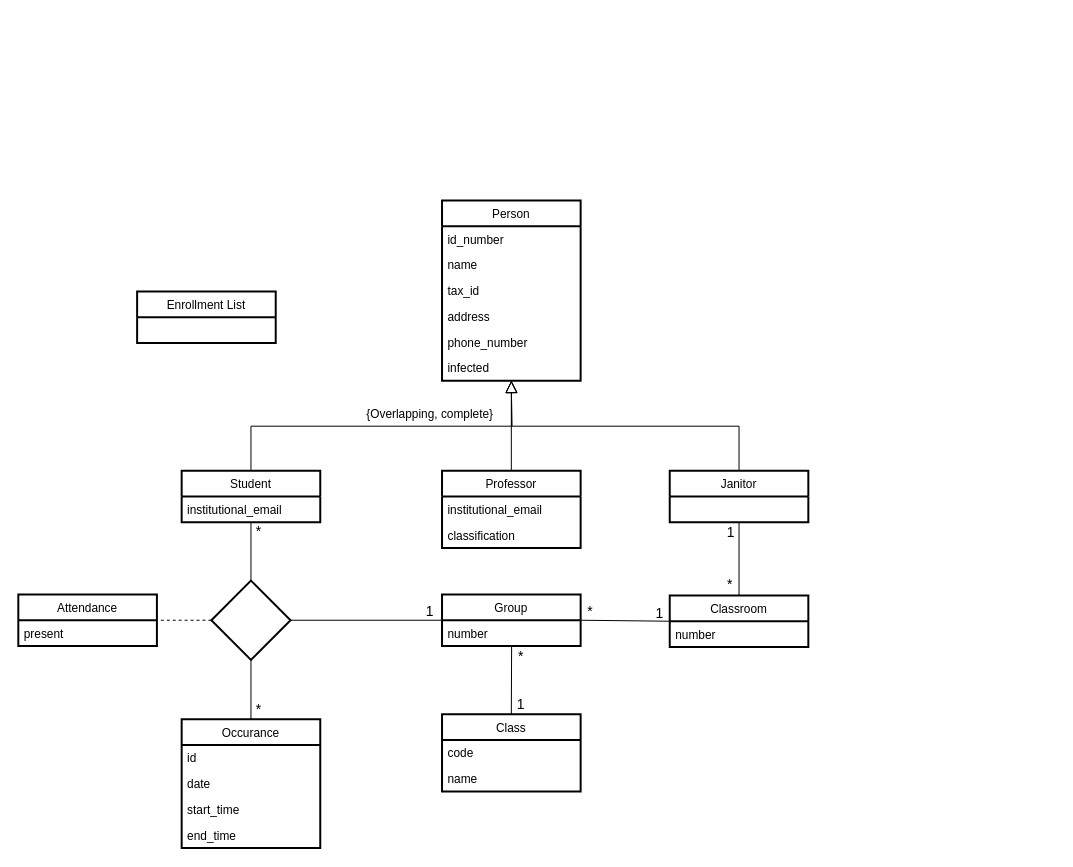
maguinago/Covid-tracker keeps this draw.io diagram as uml.drawio. Above is the earlier version. Source tidied: cells renumbered, new cells numbered last; positions are measured from the earlier drawing's top-left corner, leaving out a move shared by most shapes. Both pictures are drawn from the tidied source at 99%, with x=0, y=0 at pixel (18, 200).
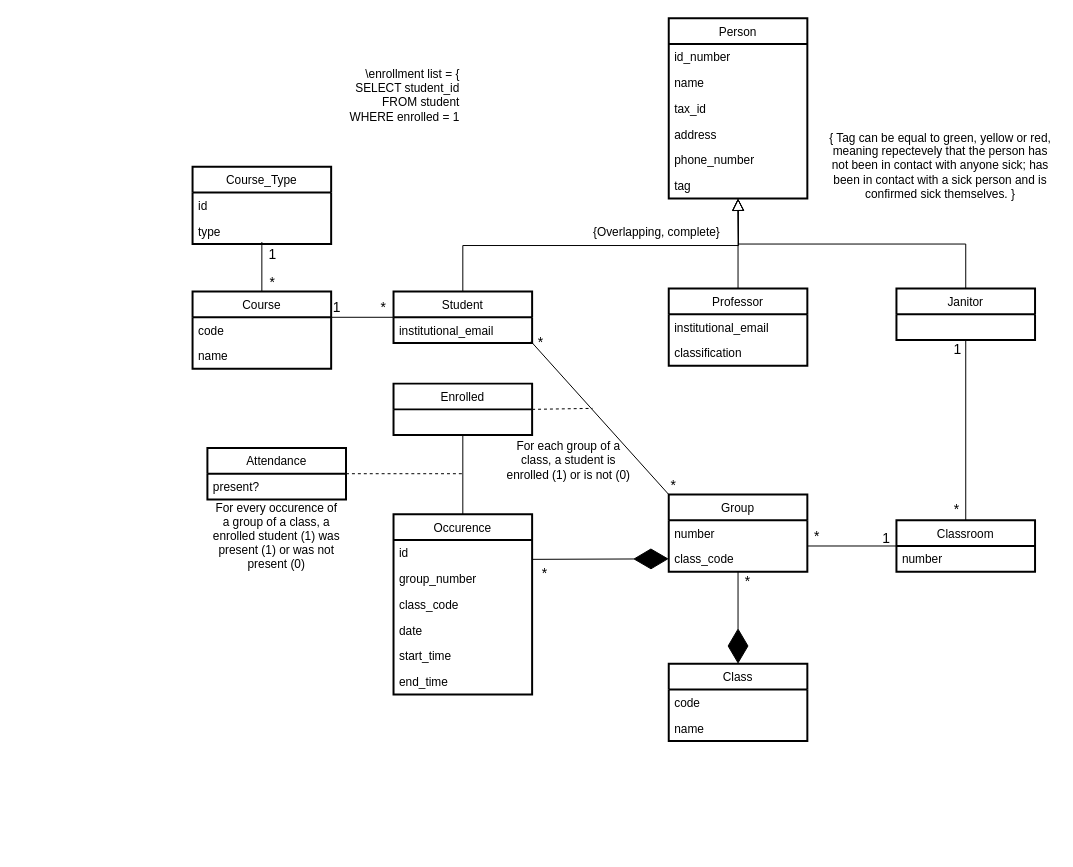
After the change.

The change refers to these unchanged cells:
```xml
<mxCell id="14" value="institutional_email" style="text;align=left;verticalAlign=top;spacingLeft=4;spacingRight=4;overflow=hidden;points=[[0,0.5],[1,0.5]];portConstraint=eastwest;" parent="13" vertex="1">
  <mxGeometry y="26" width="140" height="26" as="geometry" />
</mxCell>
<mxCell id="24" value="number" style="text;align=left;verticalAlign=top;spacingLeft=4;spacingRight=4;overflow=hidden;points=[[0,0.5],[1,0.5]];portConstraint=eastwest;" parent="23" vertex="1">
  <mxGeometry y="26" width="140" height="26" as="geometry" />
</mxCell>
```

What changed in the source:
```diff
@@
-<mxGraphModel>
+<mxGraphModel background="#FFFFFF">
@@
     <mxCell id="2" style="edgeStyle=orthogonalEdgeStyle;rounded=0;jettySize=auto;html=1;exitX=0.5;exitY=0;exitDx=0;exitDy=0;endArrow=block;endFill=0;endSize=10;" parent="1" edge="1" source="13">
       <mxGeometry relative="1" as="geometry">
-        <mxPoint x="498" y="182" as="targetPoint" />
+        <mxPoint x="727" y="-2" as="targetPoint" />
       </mxGeometry>
     </mxCell>
     <mxCell id="3" value="{Overlapping, complete}" style="text;html=1;strokeColor=none;fillColor=none;align=center;verticalAlign=middle;whiteSpace=wrap;rounded=0;" parent="1" vertex="1">
-      <mxGeometry x="341" y="206" width="150" height="20" as="geometry" />
+      <mxGeometry x="570" y="22" width="150" height="20" as="geometry" />
     </mxCell>
     <mxCell id="4" value="Person" style="swimlane;fontStyle=0;horizontal=1;startSize=26;strokeWidth=2;" parent="1" vertex="1">
-      <mxGeometry x="428" width="140" height="182" as="geometry" />
+      <mxGeometry x="657" y="-184" width="140" height="182" as="geometry" />
     </mxCell>
@@
-    <mxCell id="10" value="infected" style="text;align=left;verticalAlign=top;spacingLeft=4;spacingRight=4;overflow=hidden;" parent="4" vertex="1">
+    <mxCell id="10" value="tag" style="text;align=left;verticalAlign=top;spacingLeft=4;spacingRight=4;overflow=hidden;" parent="4" vertex="1">
       <mxGeometry y="156" width="140" height="26" as="geometry" />
     </mxCell>
     <mxCell id="11" style="edgeStyle=orthogonalEdgeStyle;rounded=0;jettySize=auto;html=1;exitX=0.5;exitY=0;exitDx=0;exitDy=0;endArrow=block;endFill=0;endSize=10;" parent="1" edge="1" source="19">
       <mxGeometry relative="1" as="geometry">
-        <mxPoint x="498" y="182" as="targetPoint" />
+        <mxPoint x="727" y="-2" as="targetPoint" />
       </mxGeometry>
     </mxCell>
-    <mxCell id="12" style="rounded=0;jettySize=auto;html=1;exitX=1;exitY=0.5;exitDx=0;exitDy=0;entryX=0;entryY=0.5;entryDx=0;entryDy=0;endArrow=none;endFill=0;" parent="1" edge="1" source="47" target="23">
-      <mxGeometry relative="1" as="geometry" />
-    </mxCell>
     <mxCell id="13" value="Student" style="swimlane;fontStyle=0;horizontal=1;startSize=26;strokeWidth=2;" parent="1" vertex="1">
-      <mxGeometry x="165" y="273" width="140" height="52" as="geometry" />
+      <mxGeometry x="379" y="92" width="140" height="52" as="geometry" />
     </mxCell>
@@
     <mxCell id="15" style="edgeStyle=orthogonalEdgeStyle;rounded=0;jettySize=auto;html=1;exitX=0.5;exitY=0;exitDx=0;exitDy=0;endArrow=block;endFill=0;endSize=10;" parent="1" edge="1" source="16">
       <mxGeometry relative="1" as="geometry">
-        <mxPoint x="498" y="182" as="targetPoint" />
+        <mxPoint x="727" y="-2" as="targetPoint" />
       </mxGeometry>
     </mxCell>
     <mxCell id="16" value="Professor" style="swimlane;fontStyle=0;horizontal=1;startSize=26;strokeWidth=2;" parent="1" vertex="1">
-      <mxGeometry x="428" y="273" width="140" height="78" as="geometry" />
+      <mxGeometry x="657" y="89" width="140" height="78" as="geometry" />
     </mxCell>
@@
     <mxCell id="19" value="Janitor" style="swimlane;fontStyle=0;horizontal=1;startSize=26;strokeWidth=2;" parent="1" vertex="1">
-      <mxGeometry x="658" y="273" width="140" height="52" as="geometry" />
+      <mxGeometry x="887" y="89" width="140" height="52" as="geometry" />
     </mxCell>
     <mxCell id="20" value="Class" style="swimlane;fontStyle=0;horizontal=1;startSize=26;strokeWidth=2;" parent="1" vertex="1">
-      <mxGeometry x="428" y="519" width="140" height="78" as="geometry" />
+      <mxGeometry x="657" y="468" width="140" height="78" as="geometry" />
     </mxCell>
@@
+    <mxCell id="51" style="edgeStyle=none;rounded=0;jettySize=auto;html=1;exitX=0;exitY=0;exitDx=0;exitDy=0;entryX=0.993;entryY=0.947;entryDx=0;entryDy=0;entryPerimeter=0;endArrow=none;endFill=0;endSize=33;" parent="1" edge="1" source="23" target="14">
+      <mxGeometry relative="1" as="geometry" />
+    </mxCell>
+    <mxCell id="52" style="edgeStyle=none;rounded=0;jettySize=auto;html=1;exitX=0.5;exitY=1;exitDx=0;exitDy=0;entryX=0.5;entryY=0;entryDx=0;entryDy=0;endArrow=diamondThin;endFill=1;endSize=33;" parent="1" edge="1" source="23" target="20">
+      <mxGeometry relative="1" as="geometry" />
+    </mxCell>
     <mxCell id="23" value="Group" style="swimlane;fontStyle=0;horizontal=1;startSize=26;strokeWidth=2;" parent="1" vertex="1">
-      <mxGeometry x="428" y="398" width="140" height="52" as="geometry" />
+      <mxGeometry x="657" y="297" width="140" height="78" as="geometry" />
     </mxCell>
@@
-    <mxCell id="25" style="rounded=0;jettySize=auto;html=1;entryX=0.5;entryY=0;entryDx=0;entryDy=0;endArrow=none;endFill=0;endSize=10;exitX=0.502;exitY=1.005;exitDx=0;exitDy=0;exitPerimeter=0;" parent="1" edge="1" source="24" target="20">
-      <mxGeometry relative="1" as="geometry" />
-    </mxCell>
+    <mxCell id="53" value="class_code" style="text;align=left;verticalAlign=top;spacingLeft=4;spacingRight=4;overflow=hidden;points=[[0,0.5],[1,0.5]];portConstraint=eastwest;" parent="23" vertex="1">
+      <mxGeometry y="52" width="140" height="26" as="geometry" />
+    </mxCell>
+    <mxCell id="54" style="edgeStyle=none;rounded=0;jettySize=auto;html=1;exitX=0.5;exitY=1;exitDx=0;exitDy=0;entryX=0.5;entryY=0;entryDx=0;entryDy=0;endArrow=none;endFill=0;endSize=33;" parent="1" edge="1" source="26" target="40">
+      <mxGeometry relative="1" as="geometry" />
+    </mxCell>
-    <mxCell id="26" value="Enrollment List" style="swimlane;fontStyle=0;horizontal=1;startSize=26;strokeWidth=2;" parent="1" vertex="1">
-      <mxGeometry x="120" y="92" width="140" height="52" as="geometry" />
+    <mxCell id="26" value="Enrolled" style="swimlane;fontStyle=0;horizontal=1;startSize=26;strokeWidth=2;" parent="1" vertex="1">
+      <mxGeometry x="379" y="185" width="140" height="52" as="geometry" />
     </mxCell>
-    <mxCell id="27" value="1" style="text;html=1;strokeColor=none;fillColor=none;align=center;verticalAlign=middle;whiteSpace=wrap;rounded=0;fontSize=14;" parent="1" vertex="1">
-      <mxGeometry x="414" y="410" width="4" height="10" as="geometry" />
-    </mxCell>
     <mxCell id="28" value="*" style="text;html=1;strokeColor=none;fillColor=none;align=center;verticalAlign=middle;whiteSpace=wrap;rounded=0;fontSize=14;" parent="1" vertex="1">
-      <mxGeometry x="241" y="329" width="4" height="10" as="geometry" />
+      <mxGeometry x="660" y="283" width="4" height="10" as="geometry" />
     </mxCell>
-    <mxCell id="29" style="edgeStyle=none;rounded=0;jettySize=auto;html=1;exitX=0;exitY=0.5;exitDx=0;exitDy=0;endArrow=none;endFill=0;entryX=1;entryY=0.5;entryDx=0;entryDy=0;" parent="1" edge="1" source="31" target="23">
+    <mxCell id="29" style="edgeStyle=none;rounded=0;jettySize=auto;html=1;exitX=0;exitY=0.5;exitDx=0;exitDy=0;endArrow=none;endFill=0;entryX=0;entryY=1;entryDx=0;entryDy=0;" parent="1" edge="1" source="31" target="36">
       <mxGeometry relative="1" as="geometry" />
     </mxCell>
@@
     <mxCell id="31" value="Classroom" style="swimlane;fontStyle=0;horizontal=1;startSize=26;strokeWidth=2;" parent="1" vertex="1">
-      <mxGeometry x="658" y="399" width="140" height="52" as="geometry" />
+      <mxGeometry x="887" y="323" width="140" height="52" as="geometry" />
     </mxCell>
@@
     <mxCell id="33" value="1" style="text;html=1;strokeColor=none;fillColor=none;align=center;verticalAlign=middle;whiteSpace=wrap;rounded=0;fontSize=14;" parent="1" vertex="1">
-      <mxGeometry x="710" y="325" width="20" height="20" as="geometry" />
+      <mxGeometry x="939" y="141" width="20" height="20" as="geometry" />
     </mxCell>
     <mxCell id="34" value="*" style="text;html=1;strokeColor=none;fillColor=none;align=center;verticalAlign=middle;whiteSpace=wrap;rounded=0;fontSize=14;" parent="1" vertex="1">
-      <mxGeometry x="709" y="378" width="20" height="20" as="geometry" />
+      <mxGeometry x="938" y="302" width="20" height="20" as="geometry" />
     </mxCell>
     <mxCell id="35" value="1" style="text;html=1;strokeColor=none;fillColor=none;align=center;verticalAlign=middle;whiteSpace=wrap;rounded=0;fontSize=14;" parent="1" vertex="1">
-      <mxGeometry x="638" y="407" width="20" height="20" as="geometry" />
+      <mxGeometry x="867" y="331" width="20" height="20" as="geometry" />
     </mxCell>
     <mxCell id="36" value="*" style="text;html=1;strokeColor=none;fillColor=none;align=center;verticalAlign=middle;whiteSpace=wrap;rounded=0;fontSize=14;" parent="1" vertex="1">
-      <mxGeometry x="568" y="405" width="20" height="20" as="geometry" />
+      <mxGeometry x="797" y="329" width="20" height="20" as="geometry" />
     </mxCell>
-    <mxCell id="37" value="1" style="text;html=1;strokeColor=none;fillColor=none;align=center;verticalAlign=middle;whiteSpace=wrap;rounded=0;fontSize=14;" parent="1" vertex="1">
-      <mxGeometry x="498" y="499" width="20" height="20" as="geometry" />
-    </mxCell>
     <mxCell id="38" value="*" style="text;html=1;strokeColor=none;fillColor=none;align=center;verticalAlign=middle;whiteSpace=wrap;rounded=0;fontSize=14;" parent="1" vertex="1">
-      <mxGeometry x="498" y="451" width="20" height="20" as="geometry" />
+      <mxGeometry x="727" y="375" width="20" height="20" as="geometry" />
     </mxCell>
-    <mxCell id="39" style="edgeStyle=none;rounded=0;jettySize=auto;html=1;exitX=0.5;exitY=0;exitDx=0;exitDy=0;endArrow=none;endFill=0;fontSize=14;entryX=0.5;entryY=1;entryDx=0;entryDy=0;" parent="1" edge="1" source="40" target="47">
+    <mxCell id="39" style="edgeStyle=none;rounded=0;jettySize=auto;html=1;exitX=1;exitY=0.25;exitDx=0;exitDy=0;endArrow=diamondThin;endFill=1;fontSize=14;endSize=33;entryX=0;entryY=0.5;entryDx=0;entryDy=0;" parent="1" edge="1" source="40" target="53">
       <mxGeometry relative="1" as="geometry" />
     </mxCell>
-    <mxCell id="40" value="Occurance" style="swimlane;fontStyle=0;horizontal=1;startSize=26;strokeWidth=2;" parent="1" vertex="1">
-      <mxGeometry x="165" y="524" width="140" height="130" as="geometry" />
+    <mxCell id="40" value="Occurence" style="swimlane;fontStyle=0;horizontal=1;startSize=26;strokeWidth=2;" parent="1" vertex="1">
+      <mxGeometry x="379" y="317" width="140" height="182" as="geometry" />
     </mxCell>
@@
+    <mxCell id="44" value="group_number" style="text;align=left;verticalAlign=top;spacingLeft=4;spacingRight=4;overflow=hidden;backgroundOutline=0;perimeterSpacing=4;" parent="40" vertex="1">
+      <mxGeometry y="52" width="140" height="26" as="geometry" />
+    </mxCell>
+    <mxCell id="55" value="class_code" style="text;align=left;verticalAlign=top;spacingLeft=4;spacingRight=4;overflow=hidden;backgroundOutline=0;perimeterSpacing=4;" parent="40" vertex="1">
+      <mxGeometry y="78" width="140" height="26" as="geometry" />
+    </mxCell>
     <mxCell id="42" value="date" style="text;align=left;verticalAlign=top;spacingLeft=4;spacingRight=4;overflow=hidden;backgroundOutline=0;perimeterSpacing=4;" parent="40" vertex="1">
-      <mxGeometry y="52" width="140" height="26" as="geometry" />
+      <mxGeometry y="104" width="140" height="26" as="geometry" />
     </mxCell>
     <mxCell id="43" value="start_time" style="text;align=left;verticalAlign=top;spacingLeft=4;spacingRight=4;overflow=hidden;backgroundOutline=0;perimeterSpacing=4;" parent="40" vertex="1">
-      <mxGeometry y="78" width="140" height="26" as="geometry" />
+      <mxGeometry y="130" width="140" height="26" as="geometry" />
     </mxCell>
-    <mxCell id="44" value="end_time" style="text;align=left;verticalAlign=top;spacingLeft=4;spacingRight=4;overflow=hidden;backgroundOutline=0;perimeterSpacing=4;" parent="40" vertex="1">
-      <mxGeometry y="104" width="140" height="26" as="geometry" />
-    </mxCell>
+    <mxCell id="56" value="end_time" style="text;align=left;verticalAlign=top;spacingLeft=4;spacingRight=4;overflow=hidden;backgroundOutline=0;perimeterSpacing=4;" parent="40" vertex="1">
+      <mxGeometry y="156" width="140" height="26" as="geometry" />
+    </mxCell>
     <mxCell id="45" value="*" style="text;html=1;strokeColor=none;fillColor=none;align=center;verticalAlign=middle;whiteSpace=wrap;rounded=0;fontSize=14;" parent="1" vertex="1">
-      <mxGeometry x="241" y="509" width="4" height="10" as="geometry" />
+      <mxGeometry x="530" y="372" width="4" height="10" as="geometry" />
     </mxCell>
-    <mxCell id="46" style="edgeStyle=none;rounded=0;jettySize=auto;html=1;exitX=0;exitY=0.5;exitDx=0;exitDy=0;endArrow=none;endFill=0;dashed=1;" parent="1" edge="1" source="47" target="49">
-      <mxGeometry relative="1" as="geometry" />
-    </mxCell>
-    <mxCell id="47" style="rhombus;whiteSpace=wrap;html=1;perimeterSpacing=0;strokeWidth=2;" parent="1" vertex="1">
-      <mxGeometry x="195" y="384" width="80" height="80" as="geometry" />
-    </mxCell>
-    <mxCell id="48" style="edgeStyle=orthogonalEdgeStyle;rounded=0;jettySize=auto;html=1;exitX=0.5;exitY=1;exitDx=0;exitDy=0;entryX=0.5;entryY=0;entryDx=0;entryDy=0;endArrow=none;endFill=0;" parent="1" edge="1" source="13" target="47">
-      <mxGeometry relative="1" as="geometry" />
-    </mxCell>
+    <mxCell id="57" style="edgeStyle=none;rounded=0;jettySize=auto;html=1;exitX=1;exitY=0.5;exitDx=0;exitDy=0;endArrow=none;endFill=0;endSize=33;dashed=1;" parent="1" edge="1" source="49">
+      <mxGeometry relative="1" as="geometry">
+        <mxPoint x="449.8" y="276" as="targetPoint" />
+      </mxGeometry>
+    </mxCell>
     <mxCell id="49" value="Attendance" style="swimlane;fontStyle=0;horizontal=1;startSize=26;strokeWidth=2;" parent="1" vertex="1">
-      <mxGeometry y="398" width="140" height="52" as="geometry" />
+      <mxGeometry x="191" y="250" width="140" height="52" as="geometry" />
     </mxCell>
-    <mxCell id="50" value="present" style="text;align=left;verticalAlign=top;spacingLeft=4;spacingRight=4;overflow=hidden;" parent="49" vertex="1">
+    <mxCell id="50" value="present?" style="text;align=left;verticalAlign=top;spacingLeft=4;spacingRight=4;overflow=hidden;" parent="49" vertex="1">
       <mxGeometry y="26" width="140" height="26" as="geometry" />
     </mxCell>
+    <mxCell id="58" value="{ Tag can be equal to green, yellow or red, meaning repectevely that the&amp;nbsp;person has not been in contact with anyone sick; has been in contact with a sick person and is confirmed sick themselves. }" style="text;html=1;strokeColor=none;fillColor=none;align=center;verticalAlign=middle;whiteSpace=wrap;rounded=0;" parent="1" vertex="1">
+      <mxGeometry x="814" y="-61" width="235" height="51" as="geometry" />
+    </mxCell>
+    <mxCell id="59" value="For each group of a class, a student is enrolled (1) or is not (0)" style="text;html=1;strokeColor=none;fillColor=none;align=center;verticalAlign=middle;whiteSpace=wrap;rounded=0;" parent="1" vertex="1">
+      <mxGeometry x="490" y="237" width="132" height="51" as="geometry" />
+    </mxCell>
+    <mxCell id="60" style="endArrow=none;dashed=1;html=1;exitX=1;exitY=0.5;exitDx=0;exitDy=0;" parent="1" edge="1" source="26">
+      <mxGeometry relative="1" as="geometry">
+        <mxPoint x="580" y="210" as="targetPoint" />
+      </mxGeometry>
+    </mxCell>
+    <mxCell id="61" value="*" style="text;html=1;strokeColor=none;fillColor=none;align=center;verticalAlign=middle;whiteSpace=wrap;rounded=0;fontSize=14;" parent="1" vertex="1">
+      <mxGeometry x="526" y="138" width="4" height="10" as="geometry" />
+    </mxCell>
+    <mxCell id="62" value="For every occurence of a group of a class, a enrolled student (1) was present (1) or was not present (0)" style="text;html=1;strokeColor=none;fillColor=none;align=center;verticalAlign=middle;whiteSpace=wrap;rounded=0;" parent="1" vertex="1">
+      <mxGeometry x="195" y="313.5" width="132" height="51" as="geometry" />
+    </mxCell>
+    <mxCell id="63" style="edgeStyle=orthogonalEdgeStyle;rounded=0;orthogonalLoop=1;jettySize=auto;html=1;endArrow=none;endFill=0;" parent="1" edge="1">
+      <mxGeometry relative="1" as="geometry">
+        <mxPoint x="379" y="118" as="sourcePoint" />
+        <mxPoint x="311" y="118" as="targetPoint" />
+      </mxGeometry>
+    </mxCell>
+    <mxCell id="64" value="Course_Type" style="swimlane;fontStyle=0;horizontal=1;startSize=26;strokeWidth=2;" parent="1" vertex="1">
+      <mxGeometry x="176" y="-34" width="140" height="78" as="geometry" />
+    </mxCell>
+    <mxCell id="65" value="id" style="text;align=left;verticalAlign=top;spacingLeft=4;spacingRight=4;overflow=hidden;" parent="64" vertex="1">
+      <mxGeometry y="26" width="140" height="26" as="geometry" />
+    </mxCell>
+    <mxCell id="66" value="type" style="text;align=left;verticalAlign=top;spacingLeft=4;spacingRight=4;overflow=hidden;" parent="64" vertex="1">
+      <mxGeometry y="52" width="140" height="26" as="geometry" />
+    </mxCell>
+    <mxCell id="67" value="*" style="text;html=1;strokeColor=none;fillColor=none;align=center;verticalAlign=middle;whiteSpace=wrap;rounded=0;fontSize=14;" parent="1" vertex="1">
+      <mxGeometry x="367" y="103" width="4" height="10" as="geometry" />
+    </mxCell>
+    <mxCell id="68" value="1" style="text;html=1;strokeColor=none;fillColor=none;align=center;verticalAlign=middle;whiteSpace=wrap;rounded=0;fontSize=14;" parent="1" vertex="1">
+      <mxGeometry x="320" y="103" width="4" height="10" as="geometry" />
+    </mxCell>
+    <mxCell id="69" style="rounded=0;jettySize=auto;html=1;exitX=0.5;exitY=0;exitDx=0;exitDy=0;endArrow=none;endFill=0;" parent="1" edge="1" source="70">
+      <mxGeometry relative="1" as="geometry">
+        <mxPoint x="246" y="42" as="targetPoint" />
+      </mxGeometry>
+    </mxCell>
+    <mxCell id="70" value="Course" style="swimlane;fontStyle=0;horizontal=1;startSize=26;strokeWidth=2;" parent="1" vertex="1">
+      <mxGeometry x="176" y="92" width="140" height="78" as="geometry" />
+    </mxCell>
+    <mxCell id="71" value="code" style="text;align=left;verticalAlign=top;spacingLeft=4;spacingRight=4;overflow=hidden;" parent="70" vertex="1">
+      <mxGeometry y="26" width="140" height="26" as="geometry" />
+    </mxCell>
+    <mxCell id="72" value="name" style="text;align=left;verticalAlign=top;spacingLeft=4;spacingRight=4;overflow=hidden;" parent="70" vertex="1">
+      <mxGeometry y="52" width="140" height="26" as="geometry" />
+    </mxCell>
+    <mxCell id="73" value="1" style="text;html=1;strokeColor=none;fillColor=none;align=center;verticalAlign=middle;whiteSpace=wrap;rounded=0;fontSize=14;" parent="1" vertex="1">
+      <mxGeometry x="255" y="50" width="4" height="10" as="geometry" />
+    </mxCell>
+    <mxCell id="74" value="*" style="text;html=1;strokeColor=none;fillColor=none;align=center;verticalAlign=middle;whiteSpace=wrap;rounded=0;fontSize=14;" parent="1" vertex="1">
+      <mxGeometry x="255" y="78" width="4" height="10" as="geometry" />
+    </mxCell>
+    <mxCell id="75" value="\enrollment list = {&lt;br&gt;SELECT student_id&lt;br&gt;FROM student&lt;br&gt;&lt;span&gt;WHERE enrolled = 1&lt;/span&gt;&lt;br&gt;&lt;div&gt;&lt;span&gt;&amp;nbsp;&lt;/span&gt;&lt;/div&gt;" style="text;html=1;strokeColor=none;fillColor=none;align=right;verticalAlign=middle;whiteSpace=wrap;rounded=0;" parent="1" vertex="1">
+      <mxGeometry x="316" y="-150" width="132" height="101" as="geometry" />
+    </mxCell>
```
